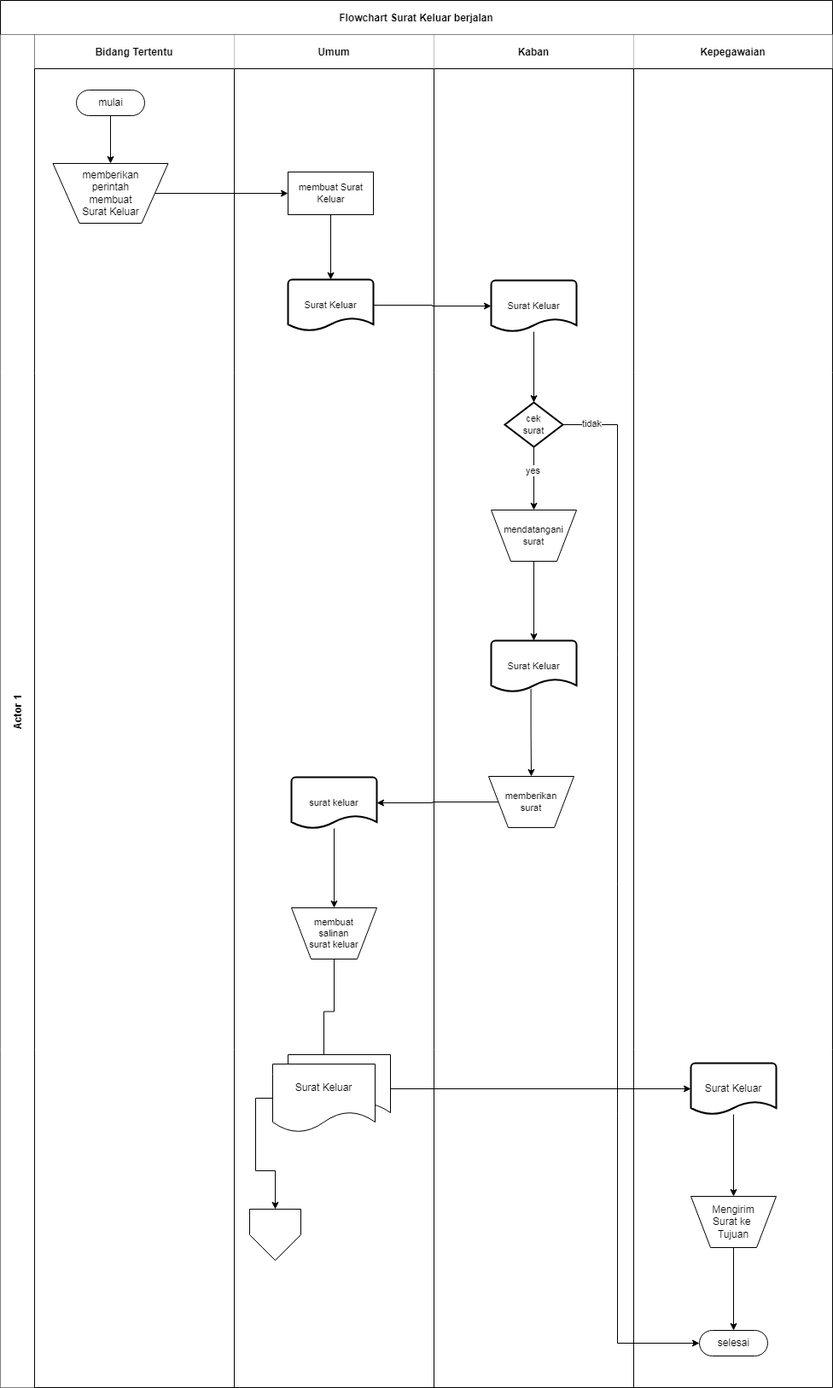
Before: SKRIPSI/New folder/flowchart/surat keluar.png, a diagram exported from draw.io (Rusadi-0/KULIAH). Source tidied: cells renumbered, new cells last; positions are measured from the earlier drawing's top-left corner, leaving out a move shared by most shapes.
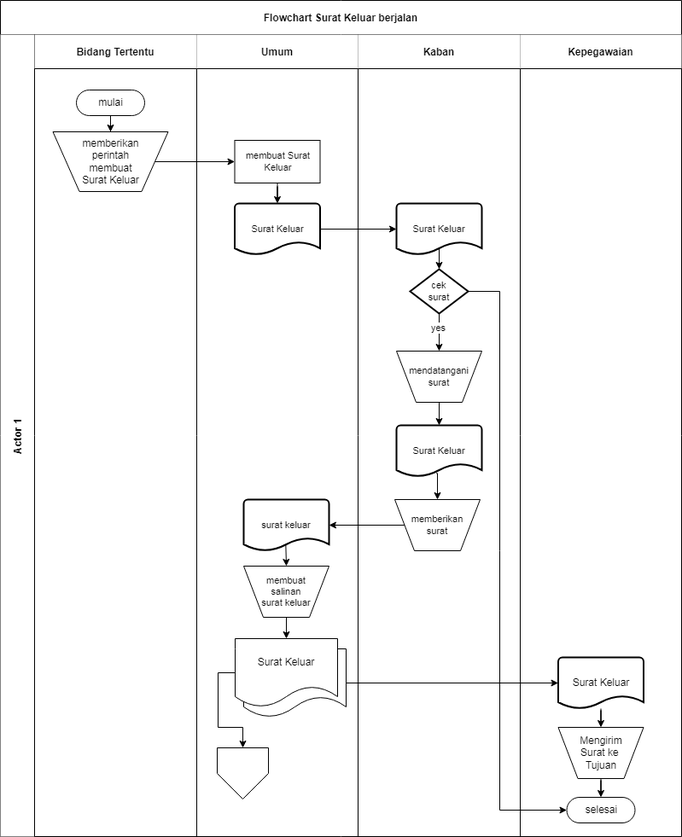
After the change.

Change to the diagram source:
```diff
@@ -3,13 +3,13 @@
     <mxCell id="0" />
     <mxCell id="1" parent="0" />
     <mxCell id="2" value="Flowchart Surat Keluar berjalan" style="shape=table;startSize=40;fontStyle=1;align=center;fillColor=#FFFFFF;" parent="1" vertex="1">
-      <mxGeometry width="975" height="1625" as="geometry" />
+      <mxGeometry width="798" height="980" as="geometry" />
     </mxCell>
     <mxCell id="3" value="Actor 1" style="shape=tableRow;horizontal=0;startSize=40;swimlaneHead=0;swimlaneBody=0;top=0;left=0;bottom=0;right=0;fillColor=#FFFFFF;fontStyle=1;" parent="2" vertex="1">
-      <mxGeometry y="40" width="975" height="1585" as="geometry" />
+      <mxGeometry y="40" width="798" height="940" as="geometry" />
     </mxCell>
-    <mxCell id="4" value="Bidang Tertentu" style="swimlane;swimlaneHead=0;swimlaneBody=0;fontStyle=0;fillColor=#FFFFFF;startSize=40;fontStyle=1;" parent="3" vertex="1">
-      <mxGeometry x="40" width="234" height="1585" as="geometry" />
+    <mxCell id="4" value="Bidang Tertentu" style="swimlane;swimlaneHead=0;swimlaneBody=0;fontStyle=0;fillColor=#FFFFFF;startSize=40;fontStyle=1;strokeColor=default;" parent="3" vertex="1">
+      <mxGeometry x="40" width="190" height="940" as="geometry" />
     </mxCell>
     <mxCell id="5" style="edgeStyle=orthogonalEdgeStyle;rounded=0;jettySize=auto;html=1;entryX=0.5;entryY=0;entryDx=0;entryDy=0;" parent="4" edge="1" source="6" target="7">
       <mxGeometry relative="1" as="geometry" />
@@ -18,52 +18,54 @@
       <mxGeometry x="49" y="65" width="80" height="30" as="geometry" />
     </mxCell>
     <mxCell id="7" value="memberikan&lt;br&gt;perintah&lt;br&gt;membuat&lt;br&gt;Surat Keluar" style="verticalLabelPosition=middle;verticalAlign=middle;html=1;shape=trapezoid;perimeter=trapezoidPerimeter;whiteSpace=wrap;size=0.23;arcSize=10;flipV=1;labelPosition=center;align=center;fillColor=#FFFFFF;" parent="4" vertex="1">
-      <mxGeometry x="21.5" y="151" width="135" height="70" as="geometry" />
+      <mxGeometry x="21.5" y="114" width="135" height="70" as="geometry" />
     </mxCell>
     <mxCell id="8" value="Umum" style="swimlane;swimlaneHead=0;swimlaneBody=0;fontStyle=0;fillColor=#FFFFFF;startSize=40;fontStyle=1;" parent="3" vertex="1">
-      <mxGeometry x="274" width="234" height="1585" as="geometry" />
+      <mxGeometry x="230" width="189" height="940" as="geometry" />
     </mxCell>
     <mxCell id="9" value="Surat Keluar" style="strokeWidth=2;html=1;shape=mxgraph.flowchart.document2;whiteSpace=wrap;size=0.25;fontSize=11;fillColor=#FFFFFF;" parent="8" vertex="1">
-      <mxGeometry x="63" y="287" width="100" height="60" as="geometry" />
+      <mxGeometry x="44.5" y="198" width="100" height="60" as="geometry" />
     </mxCell>
-    <mxCell id="10" style="edgeStyle=orthogonalEdgeStyle;rounded=0;jettySize=auto;html=1;entryX=0.5;entryY=0;entryDx=0;entryDy=0;" parent="8" edge="1" source="11" target="13">
+    <mxCell id="10" style="edgeStyle=orthogonalEdgeStyle;rounded=0;jettySize=auto;html=1;entryX=0.5;entryY=0;entryDx=0;entryDy=0;exitX=0.493;exitY=0.871;exitDx=0;exitDy=0;exitPerimeter=0;" parent="8" edge="1" source="11" target="13">
       <mxGeometry relative="1" as="geometry" />
     </mxCell>
     <mxCell id="11" value="surat keluar" style="strokeWidth=2;html=1;shape=mxgraph.flowchart.document2;whiteSpace=wrap;size=0.25;fontSize=11;fillColor=#FFFFFF;" parent="8" vertex="1">
-      <mxGeometry x="67" y="870" width="100" height="60" as="geometry" />
+      <mxGeometry x="55" y="545" width="100" height="60" as="geometry" />
     </mxCell>
     <mxCell id="12" style="edgeStyle=orthogonalEdgeStyle;rounded=0;jettySize=auto;html=1;entryX=0.5;entryY=0;entryDx=0;entryDy=0;" parent="8" edge="1" source="13" target="16">
       <mxGeometry relative="1" as="geometry" />
     </mxCell>
     <mxCell id="13" value="membuat&lt;br&gt;salinan&lt;br&gt;surat keluar" style="verticalLabelPosition=middle;verticalAlign=middle;html=1;shape=trapezoid;perimeter=trapezoidPerimeter;whiteSpace=wrap;size=0.23;arcSize=10;flipV=1;labelPosition=center;align=center;fontSize=11;fillColor=#FFFFFF;" parent="8" vertex="1">
-      <mxGeometry x="67" y="1023" width="100" height="60" as="geometry" />
+      <mxGeometry x="55" y="623" width="100" height="60" as="geometry" />
     </mxCell>
     <mxCell id="14" style="shape=document;whiteSpace=wrap;html=1;boundedLbl=1;" parent="8" vertex="1">
-      <mxGeometry x="63" y="1195" width="120" height="80" as="geometry" />
+      <mxGeometry x="55" y="720" width="120" height="80" as="geometry" />
     </mxCell>
     <mxCell id="15" style="edgeStyle=orthogonalEdgeStyle;rounded=0;jettySize=auto;html=1;entryX=0.5;entryY=0;entryDx=0;entryDy=0;exitX=0;exitY=0.5;exitDx=0;exitDy=0;" parent="8" edge="1" source="16" target="17">
       <mxGeometry relative="1" as="geometry" />
     </mxCell>
     <mxCell id="16" value="Surat Keluar" style="shape=document;whiteSpace=wrap;html=1;boundedLbl=1;" parent="8" vertex="1">
-      <mxGeometry x="45" y="1206" width="120" height="80" as="geometry" />
+      <mxGeometry x="45" y="708" width="120" height="80" as="geometry" />
     </mxCell>
     <mxCell id="17" style="verticalLabelPosition=bottom;verticalAlign=top;html=1;shape=offPageConnector;rounded=0;size=0.5;" parent="8" vertex="1">
-      <mxGeometry x="18" y="1376" width="60" height="60" as="geometry" />
+      <mxGeometry x="24" y="836" width="60" height="60" as="geometry" />
     </mxCell>
     <mxCell id="18" style="edgeStyle=orthogonalEdgeStyle;rounded=0;jettySize=auto;html=1;entryX=0.5;entryY=0;entryDx=0;entryDy=0;entryPerimeter=0;" parent="8" edge="1" source="19" target="9">
       <mxGeometry relative="1" as="geometry" />
     </mxCell>
     <mxCell id="19" value="membuat Surat&lt;br&gt;Keluar" style="html=1;dashed=0;whitespace=wrap;fontSize=11;fillColor=#FFFFFF;" parent="8" vertex="1">
-      <mxGeometry x="63" y="161" width="100" height="50" as="geometry" />
+      <mxGeometry x="44.5" y="124" width="100" height="50" as="geometry" />
     </mxCell>
     <mxCell id="20" value="Kaban" style="swimlane;swimlaneHead=0;swimlaneBody=0;fontStyle=0;fillColor=#FFFFFF;startSize=40;fontStyle=1;" parent="3" vertex="1">
-      <mxGeometry x="508" width="234" height="1585" as="geometry" />
+      <mxGeometry x="419" width="190" height="940" as="geometry" />
     </mxCell>
-    <mxCell id="21" style="edgeStyle=orthogonalEdgeStyle;rounded=0;jettySize=auto;html=1;entryX=0.5;entryY=0;entryDx=0;entryDy=0;entryPerimeter=0;" parent="20" edge="1" source="22" target="25">
-      <mxGeometry relative="1" as="geometry" />
-    </mxCell>
+    <mxCell id="43" style="edgeStyle=orthogonalEdgeStyle;rounded=0;jettySize=auto;html=1;entryX=0.5;entryY=0;entryDx=0;entryDy=0;entryPerimeter=0;" parent="20" edge="1" target="25">
+      <mxGeometry relative="1" as="geometry">
+        <mxPoint x="95" y="248" as="sourcePoint" />
+      </mxGeometry>
+    </mxCell>
     <mxCell id="22" value="Surat Keluar" style="strokeWidth=2;html=1;shape=mxgraph.flowchart.document2;whiteSpace=wrap;size=0.25;fontSize=11;fillColor=#FFFFFF;" parent="20" vertex="1">
-      <mxGeometry x="67" y="288" width="100" height="60" as="geometry" />
+      <mxGeometry x="45" y="198" width="100" height="60" as="geometry" />
     </mxCell>
     <mxCell id="23" style="edgeStyle=orthogonalEdgeStyle;rounded=0;jettySize=auto;html=1;" parent="20" edge="1" source="25" target="27">
       <mxGeometry relative="1" as="geometry" />
@@ -72,41 +74,41 @@
       <mxGeometry x="-0.28" y="-2" relative="1" as="geometry" />
     </mxCell>
     <mxCell id="25" value="cek&lt;br&gt;surat" style="strokeWidth=2;html=1;shape=mxgraph.flowchart.decision;whiteSpace=wrap;fontSize=11;fillColor=#FFFFFF;" parent="20" vertex="1">
-      <mxGeometry x="83" y="431" width="68" height="52" as="geometry" />
+      <mxGeometry x="61" y="275" width="68" height="52" as="geometry" />
     </mxCell>
     <mxCell id="26" style="edgeStyle=orthogonalEdgeStyle;rounded=0;jettySize=auto;html=1;" parent="20" edge="1" source="27" target="29">
       <mxGeometry relative="1" as="geometry" />
     </mxCell>
     <mxCell id="27" value="mendatangani&lt;br&gt;surat" style="verticalLabelPosition=middle;verticalAlign=middle;html=1;shape=trapezoid;perimeter=trapezoidPerimeter;whiteSpace=wrap;size=0.23;arcSize=10;flipV=1;labelPosition=center;align=center;fontSize=11;fillColor=#FFFFFF;" parent="20" vertex="1">
-      <mxGeometry x="67" y="557" width="100" height="60" as="geometry" />
+      <mxGeometry x="45" y="371" width="100" height="60" as="geometry" />
     </mxCell>
     <mxCell id="28" style="edgeStyle=orthogonalEdgeStyle;rounded=0;jettySize=auto;html=1;entryX=0.5;entryY=0;entryDx=0;entryDy=0;exitX=0.466;exitY=0.938;exitDx=0;exitDy=0;exitPerimeter=0;" parent="20" edge="1" source="29" target="30">
       <mxGeometry relative="1" as="geometry" />
     </mxCell>
     <mxCell id="29" value="Surat Keluar" style="strokeWidth=2;html=1;shape=mxgraph.flowchart.document2;whiteSpace=wrap;size=0.25;fontSize=11;fillColor=#FFFFFF;" parent="20" vertex="1">
-      <mxGeometry x="67" y="710" width="100" height="60" as="geometry" />
+      <mxGeometry x="45" y="458" width="100" height="60" as="geometry" />
     </mxCell>
     <mxCell id="30" value="memberikan&lt;br&gt;surat" style="verticalLabelPosition=middle;verticalAlign=middle;html=1;shape=trapezoid;perimeter=trapezoidPerimeter;whiteSpace=wrap;size=0.23;arcSize=10;flipV=1;labelPosition=center;align=center;fontSize=11;fillColor=#FFFFFF;" parent="20" vertex="1">
-      <mxGeometry x="64" y="869" width="100" height="60" as="geometry" />
+      <mxGeometry x="43" y="545" width="100" height="60" as="geometry" />
     </mxCell>
     <mxCell id="31" value="Kepegawaian" style="swimlane;swimlaneHead=0;swimlaneBody=0;fontStyle=0;fillColor=#FFFFFF;startSize=40;fontStyle=1;" parent="3" vertex="1">
-      <mxGeometry x="742" width="233" height="1585" as="geometry" />
+      <mxGeometry x="609" width="189" height="940" as="geometry" />
     </mxCell>
+    <mxCell id="36" value="selesai" style="html=1;dashed=0;whitespace=wrap;shape=mxgraph.dfd.start;" parent="31" vertex="1">
+      <mxGeometry x="54.5" y="894" width="80" height="30" as="geometry" />
+    </mxCell>
+    <mxCell id="33" value="Surat Keluar" style="strokeWidth=2;html=1;shape=mxgraph.flowchart.document2;whiteSpace=wrap;size=0.25;" parent="31" vertex="1">
+      <mxGeometry x="44.5" y="730" width="100" height="60" as="geometry" />
+    </mxCell>
+    <mxCell id="35" value="Mengirim&lt;br&gt;Surat ke&amp;nbsp;&lt;br&gt;Tujuan" style="verticalLabelPosition=middle;verticalAlign=middle;html=1;shape=trapezoid;perimeter=trapezoidPerimeter;whiteSpace=wrap;size=0.23;arcSize=10;flipV=1;labelPosition=center;align=center;" parent="31" vertex="1">
+      <mxGeometry x="44.5" y="812" width="100" height="60" as="geometry" />
+    </mxCell>
+    <mxCell id="34" style="edgeStyle=orthogonalEdgeStyle;rounded=0;jettySize=auto;html=1;entryX=0.5;entryY=0.5;entryDx=0;entryDy=-14.999999999999998;entryPerimeter=0;" parent="31" edge="1" source="35" target="36">
+      <mxGeometry relative="1" as="geometry" />
+    </mxCell>
     <mxCell id="32" style="edgeStyle=orthogonalEdgeStyle;rounded=0;jettySize=auto;html=1;entryX=0.5;entryY=0;entryDx=0;entryDy=0;" parent="31" edge="1" source="33" target="35">
       <mxGeometry relative="1" as="geometry" />
     </mxCell>
-    <mxCell id="33" value="Surat Keluar" style="strokeWidth=2;html=1;shape=mxgraph.flowchart.document2;whiteSpace=wrap;size=0.25;" parent="31" vertex="1">
-      <mxGeometry x="67" y="1205" width="100" height="60" as="geometry" />
-    </mxCell>
-    <mxCell id="34" style="edgeStyle=orthogonalEdgeStyle;rounded=0;jettySize=auto;html=1;entryX=0.5;entryY=0.5;entryDx=0;entryDy=-14.999999999999998;entryPerimeter=0;" parent="31" edge="1" source="35" target="36">
-      <mxGeometry relative="1" as="geometry" />
-    </mxCell>
-    <mxCell id="35" value="Mengirim&lt;br&gt;Surat ke&amp;nbsp;&lt;br&gt;Tujuan" style="verticalLabelPosition=middle;verticalAlign=middle;html=1;shape=trapezoid;perimeter=trapezoidPerimeter;whiteSpace=wrap;size=0.23;arcSize=10;flipV=1;labelPosition=center;align=center;" parent="31" vertex="1">
-      <mxGeometry x="67" y="1361" width="100" height="60" as="geometry" />
-    </mxCell>
-    <mxCell id="36" value="selesai" style="html=1;dashed=0;whitespace=wrap;shape=mxgraph.dfd.start;" parent="31" vertex="1">
-      <mxGeometry x="77" y="1518" width="80" height="30" as="geometry" />
-    </mxCell>
     <mxCell id="37" style="edgeStyle=orthogonalEdgeStyle;rounded=0;jettySize=auto;html=1;entryX=0;entryY=0.5;entryDx=0;entryDy=0;" parent="3" edge="1" source="7" target="19">
       <mxGeometry relative="1" as="geometry" />
     </mxCell>
@@ -122,13 +124,10 @@
     <mxCell id="41" style="edgeStyle=orthogonalEdgeStyle;rounded=0;jettySize=auto;html=1;entryX=0;entryY=0.5;entryDx=0;entryDy=0;entryPerimeter=0;" parent="3" edge="1" source="25" target="36">
       <mxGeometry relative="1" as="geometry">
         <Array as="points">
-          <mxPoint x="723" y="457" />
-          <mxPoint x="723" y="1533" />
+          <mxPoint x="585" y="301" />
+          <mxPoint x="585" y="909" />
         </Array>
       </mxGeometry>
     </mxCell>
-    <mxCell id="42" value="tidak" style="edgeLabel;html=1;align=center;verticalAlign=middle;" parent="41" vertex="1">
-      <mxGeometry x="-0.95" y="2" relative="1" as="geometry" />
-    </mxCell>
   </root>
 </mxGraphModel>
```
